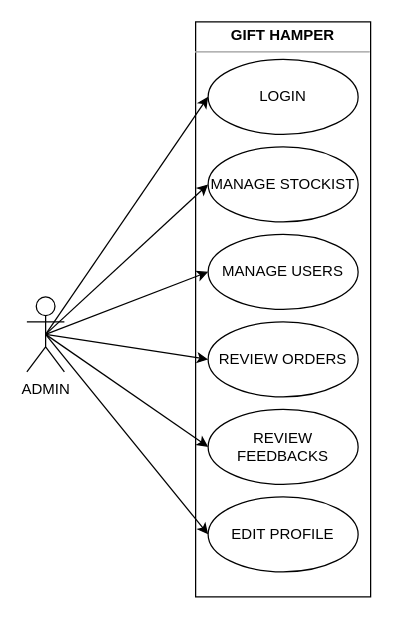
The draw.io diagram page "Admin Case" (2 of 9) of Usecase userside.drawio in panchalbhavya2210/gift_documentation, before the edit. Source tidied: cells renumbered, new cells numbered last; positions are measured from the earlier drawing's top-left corner, leaving out a move shared by most shapes. Both pictures are drawn from the tidied source at 125%, with x=0, y=0 at pixel (26, 21).
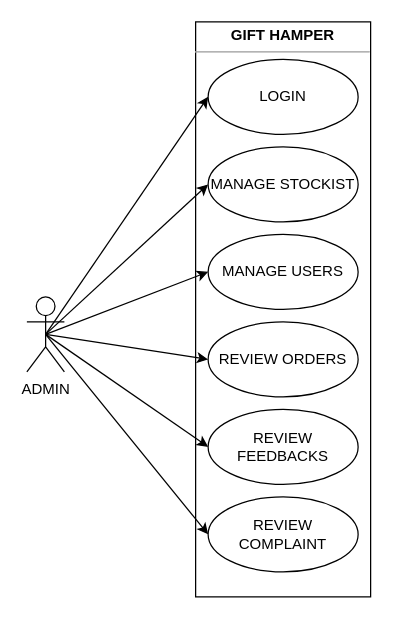
The same diagram, later.

The edit, as a diff of the source:
```diff
@@
 <mxGraphModel>
   <root>
     <mxCell id="0" />
     <mxCell id="1" parent="0" />
     <mxCell id="2" value="&lt;p style=&quot;margin:0px;margin-top:4px;text-align:center;&quot;&gt;&lt;b&gt;GIFT HAMPER&lt;/b&gt;&lt;/p&gt;&lt;hr size=&quot;1&quot;&gt;&lt;div style=&quot;height:2px;&quot;&gt;&lt;/div&gt;" style="verticalAlign=top;align=left;overflow=fill;fontSize=12;fontFamily=Helvetica;html=1;" parent="1" vertex="1">
       <mxGeometry x="135" width="140" height="460" as="geometry" />
     </mxCell>
     <mxCell id="3" style="rounded=0;jettySize=auto;html=1;exitX=0.5;exitY=0.5;exitDx=0;exitDy=0;exitPerimeter=0;entryX=0;entryY=0.5;entryDx=0;entryDy=0;" parent="1" edge="1" source="9" target="10">
       <mxGeometry relative="1" as="geometry" />
     </mxCell>
     <mxCell id="4" style="rounded=0;jettySize=auto;html=1;exitX=0.5;exitY=0.5;exitDx=0;exitDy=0;exitPerimeter=0;entryX=0;entryY=0.5;entryDx=0;entryDy=0;" parent="1" edge="1" source="9" target="12">
       <mxGeometry relative="1" as="geometry" />
     </mxCell>
     <mxCell id="5" style="rounded=0;jettySize=auto;html=1;exitX=0.5;exitY=0.5;exitDx=0;exitDy=0;exitPerimeter=0;entryX=0;entryY=0.5;entryDx=0;entryDy=0;" parent="1" edge="1" source="9" target="11">
       <mxGeometry relative="1" as="geometry" />
     </mxCell>
     <mxCell id="6" style="rounded=0;jettySize=auto;html=1;exitX=0.5;exitY=0.5;exitDx=0;exitDy=0;exitPerimeter=0;entryX=0;entryY=0.5;entryDx=0;entryDy=0;" parent="1" edge="1" source="9" target="13">
       <mxGeometry relative="1" as="geometry" />
     </mxCell>
     <mxCell id="7" style="rounded=0;jettySize=auto;html=1;exitX=0.5;exitY=0.5;exitDx=0;exitDy=0;exitPerimeter=0;entryX=0;entryY=0.5;entryDx=0;entryDy=0;" parent="1" edge="1" source="9" target="14">
       <mxGeometry relative="1" as="geometry" />
     </mxCell>
     <mxCell id="8" style="rounded=0;jettySize=auto;html=1;exitX=0.5;exitY=0.5;exitDx=0;exitDy=0;exitPerimeter=0;entryX=0;entryY=0.5;entryDx=0;entryDy=0;" parent="1" edge="1" source="9" target="15">
       <mxGeometry relative="1" as="geometry" />
     </mxCell>
     <mxCell id="9" value="ADMIN" style="shape=umlActor;verticalLabelPosition=bottom;verticalAlign=top;html=1;outlineConnect=0;" parent="1" vertex="1">
       <mxGeometry y="220" width="30" height="60" as="geometry" />
     </mxCell>
     <mxCell id="10" value="LOGIN" style="ellipse;whiteSpace=wrap;html=1;" parent="1" vertex="1">
       <mxGeometry x="145" y="30" width="120" height="60" as="geometry" />
     </mxCell>
     <mxCell id="11" value="MANAGE USERS" style="ellipse;whiteSpace=wrap;html=1;" parent="1" vertex="1">
       <mxGeometry x="145" y="170" width="120" height="60" as="geometry" />
     </mxCell>
     <mxCell id="12" value="MANAGE STOCKIST" style="ellipse;whiteSpace=wrap;html=1;" parent="1" vertex="1">
       <mxGeometry x="145" y="100" width="120" height="60" as="geometry" />
     </mxCell>
     <mxCell id="13" value="REVIEW ORDERS&lt;br&gt;" style="ellipse;whiteSpace=wrap;html=1;" parent="1" vertex="1">
       <mxGeometry x="145" y="240" width="120" height="60" as="geometry" />
     </mxCell>
     <mxCell id="14" value="REVIEW FEEDBACKS" style="ellipse;whiteSpace=wrap;html=1;" parent="1" vertex="1">
       <mxGeometry x="145" y="310" width="120" height="60" as="geometry" />
     </mxCell>
-    <mxCell id="15" value="EDIT PROFILE" style="ellipse;whiteSpace=wrap;html=1;" parent="1" vertex="1">
+    <mxCell id="15" value="REVIEW&lt;br&gt;COMPLAINT" style="ellipse;whiteSpace=wrap;html=1;" parent="1" vertex="1">
       <mxGeometry x="145" y="380" width="120" height="60" as="geometry" />
     </mxCell>
   </root>
 </mxGraphModel>
```
